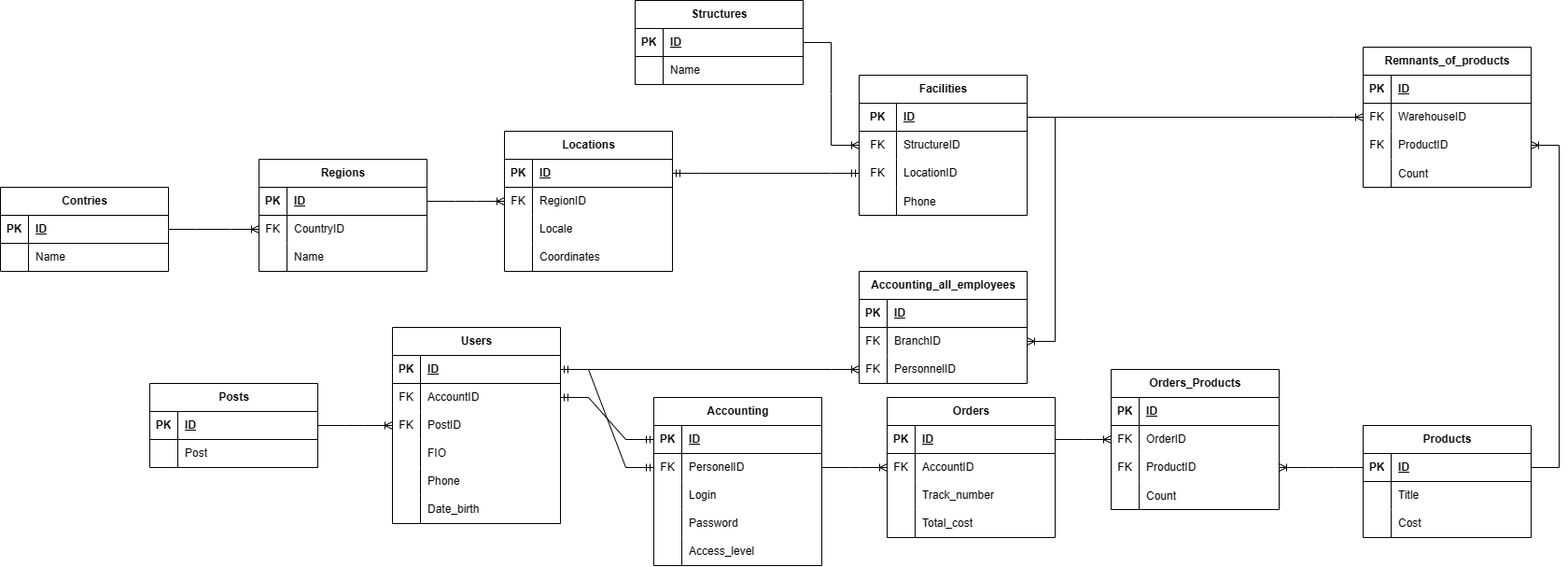
JustKingYT1/demo_app keeps this draw.io diagram as docs/uml/shesterochkaDB.drawio.png. Above is the earlier version. Source tidied: cells renumbered, new cells last; positions are measured from the earlier drawing's top-left corner, leaving out a move shared by most shapes.
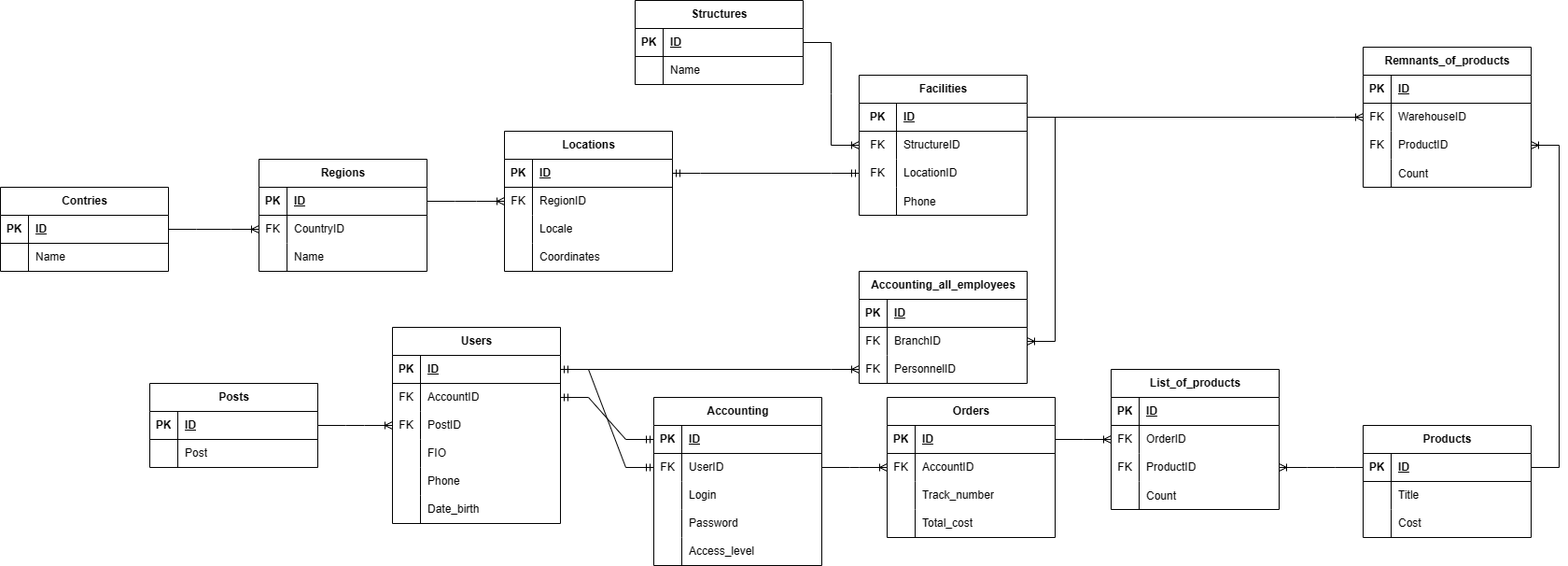
After the commit.

The edit, as a diff of the source:
```diff
@@ -20,7 +20,7 @@
     <mxCell id="7" value="FK" style="shape=partialRectangle;fillColor=none;top=0;left=0;bottom=0;right=0;fontStyle=0;overflow=hidden;whiteSpace=wrap;html=1;" parent="6" vertex="1">
       <mxGeometry width="30" height="30" as="geometry" />
     </mxCell>
-    <mxCell id="8" value="PersonelID" style="shape=partialRectangle;fillColor=none;top=0;left=0;bottom=0;right=0;align=left;spacingLeft=6;fontStyle=0;overflow=hidden;whiteSpace=wrap;html=1;" parent="6" vertex="1">
+    <mxCell id="8" value="UserID" style="shape=partialRectangle;fillColor=none;top=0;left=0;bottom=0;right=0;align=left;spacingLeft=6;fontStyle=0;overflow=hidden;whiteSpace=wrap;html=1;" parent="6" vertex="1">
       <mxGeometry x="30" width="150" height="30" as="geometry" />
     </mxCell>
     <mxCell id="9" style="shape=tableRow;horizontal=0;startSize=0;swimlaneHead=0;swimlaneBody=0;fillColor=none;top=0;left=0;right=0;bottom=0;" parent="2" vertex="1">
@@ -305,7 +305,7 @@
     <mxCell id="102" value="Cost" style="shape=partialRectangle;fillColor=none;top=0;left=0;bottom=0;right=0;align=left;spacingLeft=6;overflow=hidden;whiteSpace=wrap;html=1;" parent="100" vertex="1">
       <mxGeometry x="30" width="150" height="30" as="geometry" />
     </mxCell>
-    <mxCell id="103" value="Orders_Products" style="shape=table;startSize=30;rowLines=0;fontStyle=1;align=center;html=1;" parent="1" vertex="1">
+    <mxCell id="103" value="List_of_products" style="shape=table;startSize=30;rowLines=0;fontStyle=1;align=center;html=1;" parent="1" vertex="1">
       <mxGeometry x="1190" y="395" width="180" height="150" as="geometry" />
     </mxCell>
     <mxCell id="104" style="shape=tableRow;horizontal=0;startSize=0;swimlaneHead=0;swimlaneBody=0;fillColor=none;top=0;left=0;right=0;bottom=1;" parent="103" vertex="1">
```
